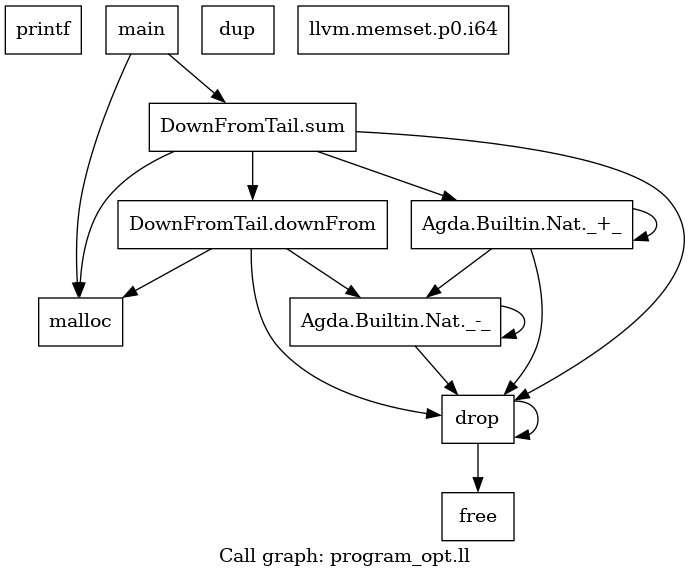
Before: llvm/program_opt.ll.callgraph.png, a diagram exported from Graphviz (fredins/agda-llvm). Its source is kept beside it as llvm/program_opt.ll.callgraph.dot. The source it was exported from:
```dot
digraph "Call graph: program_opt.ll" {
	label="Call graph: program_opt.ll";

	Node0x1592a30 [shape=record,label="{printf}"];
	Node0x1593010 [shape=record,label="{malloc}"];
	Node0x1593f10 [shape=record,label="{free}"];
	Node0x157bdf0 [shape=record,label="{Agda.Builtin.Nat._+_}"];
	Node0x157bdf0 -> Node0x157bdf0;
	Node0x157bdf0 -> Node0x1591b10;
	Node0x157bdf0 -> Node0x1591dd0;
	Node0x1591dd0 [shape=record,label="{Agda.Builtin.Nat._-_}"];
	Node0x1591dd0 -> Node0x1591dd0;
	Node0x1591dd0 -> Node0x1591b10;
	Node0x1596200 [shape=record,label="{DownFromTail.downFrom}"];
	Node0x1596200 -> Node0x1591dd0;
	Node0x1596200 -> Node0x1591b10;
	Node0x1596200 -> Node0x1593010;
	Node0x1599fc0 [shape=record,label="{DownFromTail.sum}"];
	Node0x1599fc0 -> Node0x1596200;
	Node0x1599fc0 -> Node0x1591b10;
	Node0x1599fc0 -> Node0x157bdf0;
	Node0x1599fc0 -> Node0x1593010;
	Node0x159a190 [shape=record,label="{main}"];
	Node0x159a190 -> Node0x1593010;
	Node0x159a190 -> Node0x1599fc0;
	Node0x1591b10 [shape=record,label="{drop}"];
	Node0x1591b10 -> Node0x1593f10;
	Node0x1591b10 -> Node0x1591b10;
	Node0x159a880 [shape=record,label="{dup}"];
	Node0x159a900 [shape=record,label="{llvm.memset.p0.i64}"];
}
```
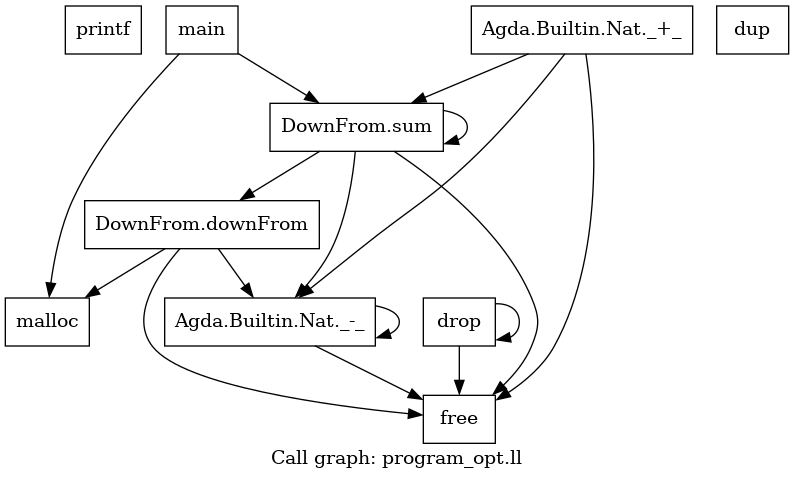
The same diagram one commit later.

Diff of the diagram source:
```diff
@@ -1,31 +1,30 @@
 digraph "Call graph: program_opt.ll" {
 	label="Call graph: program_opt.ll";
 
-	Node0x1592a30 [shape=record,label="{printf}"];
-	Node0x1593010 [shape=record,label="{malloc}"];
-	Node0x1593f10 [shape=record,label="{free}"];
-	Node0x157bdf0 [shape=record,label="{Agda.Builtin.Nat._+_}"];
-	Node0x157bdf0 -> Node0x157bdf0;
-	Node0x157bdf0 -> Node0x1591b10;
-	Node0x157bdf0 -> Node0x1591dd0;
-	Node0x1591dd0 [shape=record,label="{Agda.Builtin.Nat._-_}"];
-	Node0x1591dd0 -> Node0x1591dd0;
-	Node0x1591dd0 -> Node0x1591b10;
-	Node0x1596200 [shape=record,label="{DownFromTail.downFrom}"];
-	Node0x1596200 -> Node0x1591dd0;
-	Node0x1596200 -> Node0x1591b10;
-	Node0x1596200 -> Node0x1593010;
-	Node0x1599fc0 [shape=record,label="{DownFromTail.sum}"];
-	Node0x1599fc0 -> Node0x1596200;
-	Node0x1599fc0 -> Node0x1591b10;
-	Node0x1599fc0 -> Node0x157bdf0;
-	Node0x1599fc0 -> Node0x1593010;
-	Node0x159a190 [shape=record,label="{main}"];
-	Node0x159a190 -> Node0x1593010;
-	Node0x159a190 -> Node0x1599fc0;
-	Node0x1591b10 [shape=record,label="{drop}"];
-	Node0x1591b10 -> Node0x1593f10;
-	Node0x1591b10 -> Node0x1591b10;
-	Node0x159a880 [shape=record,label="{dup}"];
-	Node0x159a900 [shape=record,label="{llvm.memset.p0.i64}"];
+	Node0x1eda280 [shape=record,label="{printf}"];
+	Node0x1eda330 [shape=record,label="{malloc}"];
+	Node0x1ec6da0 [shape=record,label="{free}"];
+	Node0x1ede030 [shape=record,label="{DownFrom.downFrom}"];
+	Node0x1ede030 -> Node0x1ede0b0;
+	Node0x1ede030 -> Node0x1ec6da0;
+	Node0x1ede030 -> Node0x1eda330;
+	Node0x1ede360 [shape=record,label="{DownFrom.sum}"];
+	Node0x1ede360 -> Node0x1ede030;
+	Node0x1ede360 -> Node0x1ec6da0;
+	Node0x1ede360 -> Node0x1ede0b0;
+	Node0x1ede360 -> Node0x1ede360;
+	Node0x1ee2180 [shape=record,label="{main}"];
+	Node0x1ee2180 -> Node0x1eda330;
+	Node0x1ee2180 -> Node0x1ede360;
+	Node0x1ee2200 [shape=record,label="{Agda.Builtin.Nat._+_}"];
+	Node0x1ee2200 -> Node0x1ede360;
+	Node0x1ee2200 -> Node0x1ec6da0;
+	Node0x1ee2200 -> Node0x1ede0b0;
+	Node0x1ede0b0 [shape=record,label="{Agda.Builtin.Nat._-_}"];
+	Node0x1ede0b0 -> Node0x1ede0b0;
+	Node0x1ede0b0 -> Node0x1ec6da0;
+	Node0x1ee2330 [shape=record,label="{drop}"];
+	Node0x1ee2330 -> Node0x1ec6da0;
+	Node0x1ee2330 -> Node0x1ee2330;
+	Node0x1ee2980 [shape=record,label="{dup}"];
 }
```
